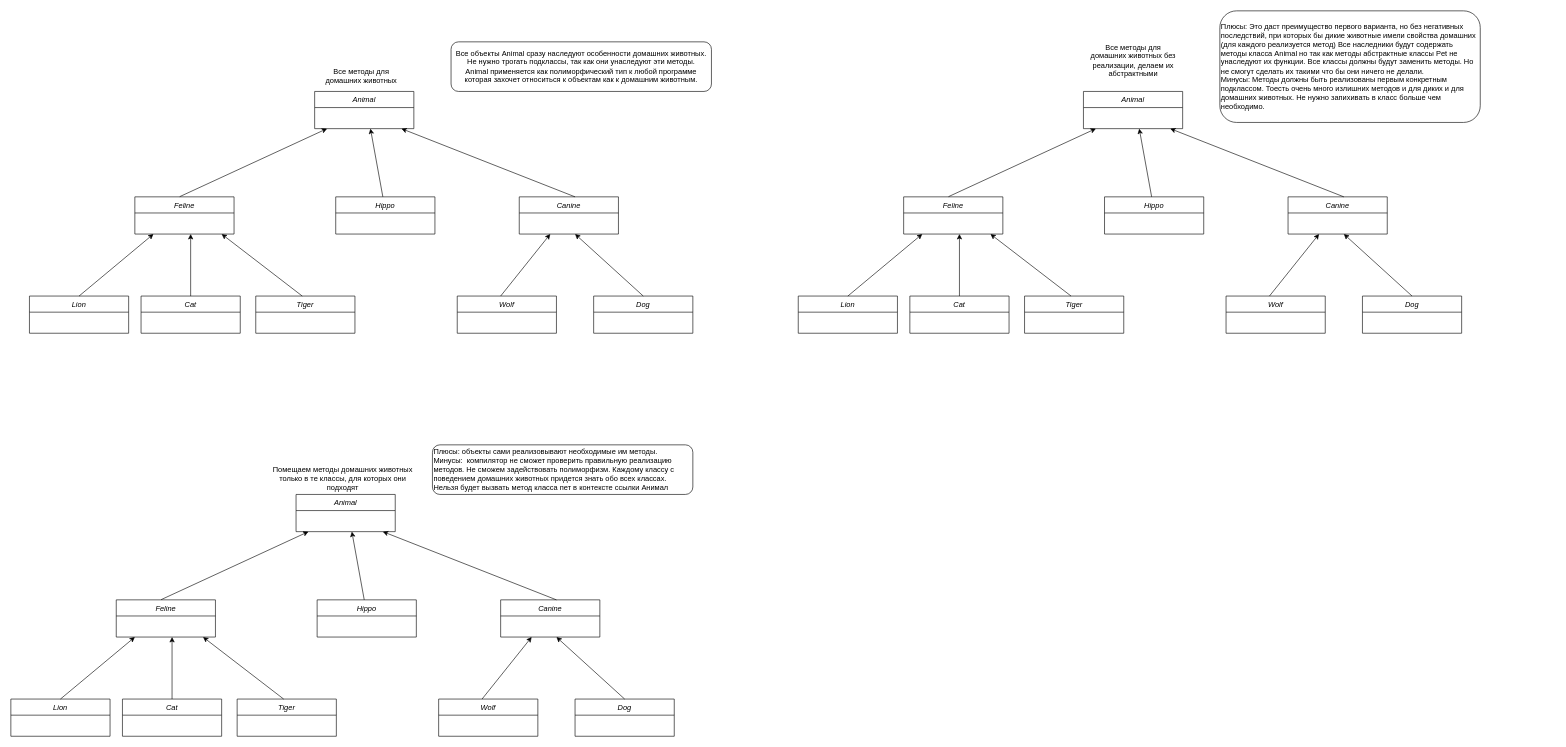
Earlier version of the draw.io diagram head-first/polimorphism.drawio (gennadiy-dev/diagrams). Source tidied: cells renumbered, new cells numbered last; positions are measured from the earlier drawing's top-left corner, leaving out a move shared by most shapes. Both pictures are drawn from the tidied source at 62%, with x=0, y=0 at pixel (11, 11).
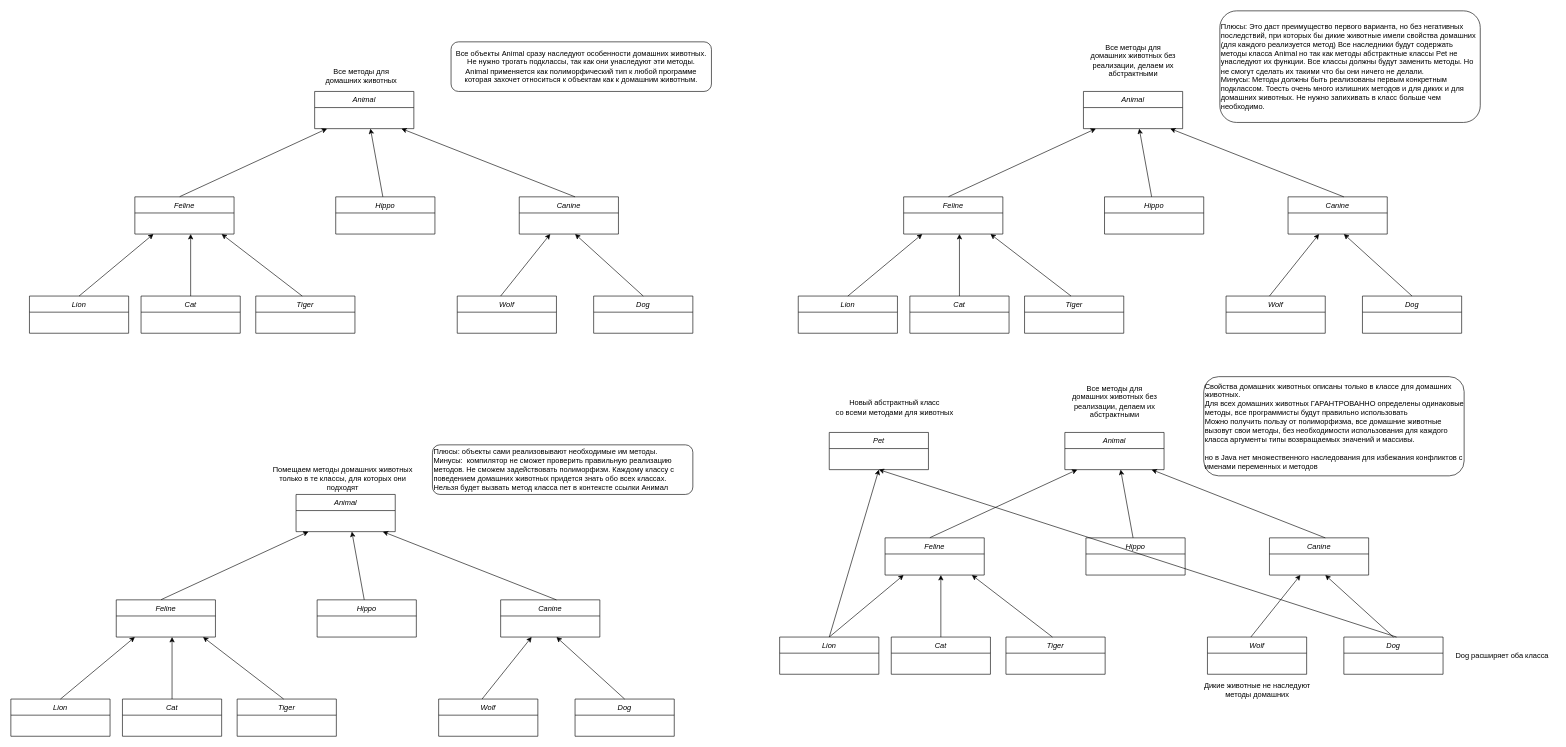
After the change.

What changed in the source:
```diff
@@
+    <mxCell id="59" value="Animal" style="swimlane;fontStyle=2;align=center;verticalAlign=top;horizontal=1;startSize=26;rounded=0;shadow=0;strokeWidth=1;" parent="1" vertex="1">
+      <mxGeometry x="1700" y="680" width="160" height="60" as="geometry" />
+    </mxCell>
+    <mxCell id="60" value="Все методы для &lt;br&gt;домашних животных без&lt;br&gt;реализации, делаем их&lt;br&gt;абстрактными" style="text;html=1;align=center;verticalAlign=middle;strokeColor=none;fillColor=none;" parent="1" vertex="1">
+      <mxGeometry x="1705" y="600" width="150" height="60" as="geometry" />
+    </mxCell>
+    <mxCell id="61" value="Feline" style="swimlane;fontStyle=2;align=center;verticalAlign=top;horizontal=1;startSize=26;rounded=0;shadow=0;strokeWidth=1;" parent="1" vertex="1">
+      <mxGeometry x="1410" y="850" width="160" height="60" as="geometry" />
+    </mxCell>
+    <mxCell id="62" value="Canine" style="swimlane;fontStyle=2;align=center;verticalAlign=top;horizontal=1;startSize=26;rounded=0;shadow=0;strokeWidth=1;" parent="1" vertex="1">
+      <mxGeometry x="2030" y="850" width="160" height="60" as="geometry" />
+    </mxCell>
+    <mxCell id="63" value="Hippo" style="swimlane;fontStyle=2;align=center;verticalAlign=top;horizontal=1;startSize=26;rounded=0;shadow=0;strokeWidth=1;" parent="1" vertex="1">
+      <mxGeometry x="1734" y="850" width="160" height="60" as="geometry" />
+    </mxCell>
+    <mxCell id="64" style="endArrow=classic;html=1;rounded=0;exitX=0.452;exitY=-0.005;exitDx=0;exitDy=0;exitPerimeter=0;" parent="1" edge="1" source="61">
+      <mxGeometry relative="1" as="geometry">
+        <mxPoint x="1720" y="740" as="targetPoint" />
+      </mxGeometry>
+    </mxCell>
+    <mxCell id="65" value="Cat" style="swimlane;fontStyle=2;align=center;verticalAlign=top;horizontal=1;startSize=26;rounded=0;shadow=0;strokeWidth=1;" parent="1" vertex="1">
+      <mxGeometry x="1420" y="1010" width="160" height="60" as="geometry" />
+    </mxCell>
+    <mxCell id="66" value="Tiger" style="swimlane;fontStyle=2;align=center;verticalAlign=top;horizontal=1;startSize=26;rounded=0;shadow=0;strokeWidth=1;" parent="1" vertex="1">
+      <mxGeometry x="1605" y="1010" width="160" height="60" as="geometry" />
+    </mxCell>
+    <mxCell id="67" value="Dog" style="swimlane;fontStyle=2;align=center;verticalAlign=top;horizontal=1;startSize=26;rounded=0;shadow=0;strokeWidth=1;" parent="1" vertex="1">
+      <mxGeometry x="2150" y="1010" width="160" height="60" as="geometry" />
+    </mxCell>
+    <mxCell id="68" value="Wolf" style="swimlane;fontStyle=2;align=center;verticalAlign=top;horizontal=1;startSize=26;rounded=0;shadow=0;strokeWidth=1;" parent="1" vertex="1">
+      <mxGeometry x="1930" y="1010" width="160" height="60" as="geometry" />
+    </mxCell>
+    <mxCell id="69" style="endArrow=classic;html=1;rounded=0;" parent="1" edge="1">
+      <mxGeometry relative="1" as="geometry">
+        <mxPoint x="2000" y="1010" as="sourcePoint" />
+        <mxPoint x="2080" y="910" as="targetPoint" />
+      </mxGeometry>
+    </mxCell>
+    <mxCell id="70" style="endArrow=classic;html=1;rounded=0;exitX=0.5;exitY=0;exitDx=0;exitDy=0;" parent="1" edge="1" source="67">
+      <mxGeometry relative="1" as="geometry">
+        <mxPoint x="2120" y="910" as="targetPoint" />
+      </mxGeometry>
+    </mxCell>
+    <mxCell id="71" style="endArrow=classic;html=1;rounded=0;" parent="1" edge="1">
+      <mxGeometry relative="1" as="geometry">
+        <mxPoint x="2120" y="850" as="sourcePoint" />
+        <mxPoint x="1840" y="740" as="targetPoint" />
+      </mxGeometry>
+    </mxCell>
+    <mxCell id="72" style="endArrow=classic;html=1;rounded=0;" parent="1" edge="1">
+      <mxGeometry relative="1" as="geometry">
+        <mxPoint x="1320" y="1010" as="sourcePoint" />
+        <mxPoint x="1440" y="910" as="targetPoint" />
+      </mxGeometry>
+    </mxCell>
+    <mxCell id="73" style="endArrow=classic;html=1;rounded=0;" parent="1" edge="1">
+      <mxGeometry relative="1" as="geometry">
+        <mxPoint x="1500" y="1010" as="sourcePoint" />
+        <mxPoint x="1500" y="910" as="targetPoint" />
+      </mxGeometry>
+    </mxCell>
+    <mxCell id="74" style="endArrow=classic;html=1;rounded=0;" parent="1" edge="1">
+      <mxGeometry relative="1" as="geometry">
+        <mxPoint x="1680" y="1010" as="sourcePoint" />
+        <mxPoint x="1550" y="910" as="targetPoint" />
+      </mxGeometry>
+    </mxCell>
+    <mxCell id="75" style="endArrow=classic;html=1;rounded=0;" parent="1" edge="1">
+      <mxGeometry relative="1" as="geometry">
+        <mxPoint x="1810" y="850" as="sourcePoint" />
+        <mxPoint x="1790" y="740" as="targetPoint" />
+      </mxGeometry>
+    </mxCell>
+    <mxCell id="76" value="Свойства домашних животных описаны только в классе для домашних животных.&lt;br&gt;Для всех домашних животных ГАРАНТРОВАННО определены одинаковые методы, все программисты будут правильно использовать&lt;br&gt;Можно получить пользу от полиморфизма, все домашние животные вызовут свои методы, без необходимости использования для каждого класса аргументы типы возвращаемых значений и массивы.&lt;br&gt;&lt;br&gt;но в Java нет множественного наследования для избежания конфликтов с именами переменных и методов" style="rounded=1;whiteSpace=wrap;html=1;align=left;" parent="1" vertex="1">
+      <mxGeometry x="1924" y="590" width="420" height="160" as="geometry" />
+    </mxCell>
+    <mxCell id="77" value="Lion" style="swimlane;fontStyle=2;align=center;verticalAlign=top;horizontal=1;startSize=26;rounded=0;shadow=0;strokeWidth=1;" parent="1" vertex="1">
+      <mxGeometry x="1240" y="1010" width="160" height="60" as="geometry" />
+    </mxCell>
+    <mxCell id="78" value="Pet" style="swimlane;fontStyle=2;align=center;verticalAlign=top;horizontal=1;startSize=26;rounded=0;shadow=0;strokeWidth=1;" parent="1" vertex="1">
+      <mxGeometry x="1320" y="680" width="160" height="60" as="geometry" />
+    </mxCell>
+    <mxCell id="79" value="Новый абстрактный класс&lt;br&gt;со всеми методами для животных" style="text;html=1;align=center;verticalAlign=middle;strokeColor=none;fillColor=none;" parent="1" vertex="1">
+      <mxGeometry x="1320" y="625" width="210" height="30" as="geometry" />
+    </mxCell>
+    <mxCell id="80" style="endArrow=classic;html=1;rounded=0;entryX=0.5;entryY=1;entryDx=0;entryDy=0;" parent="1" edge="1" target="78">
+      <mxGeometry relative="1" as="geometry">
+        <mxPoint x="1320" y="1010" as="sourcePoint" />
+      </mxGeometry>
+    </mxCell>
+    <mxCell id="81" style="endArrow=classic;html=1;rounded=0;entryX=0.5;entryY=1;entryDx=0;entryDy=0;" parent="1" edge="1" target="78">
+      <mxGeometry relative="1" as="geometry">
+        <mxPoint x="2235" y="1010" as="sourcePoint" />
+      </mxGeometry>
+    </mxCell>
+    <mxCell id="82" value="Dog расширяет оба класса" style="text;html=1;align=center;verticalAlign=middle;strokeColor=none;fillColor=none;" parent="1" vertex="1">
+      <mxGeometry x="2320" y="1030" width="170" height="20" as="geometry" />
+    </mxCell>
+    <mxCell id="83" value="Дикие животные не наследуют &lt;br&gt;методы домашних" style="text;html=1;align=center;verticalAlign=middle;strokeColor=none;fillColor=none;" parent="1" vertex="1">
+      <mxGeometry x="1915" y="1080" width="190" height="30" as="geometry" />
+    </mxCell>
```
